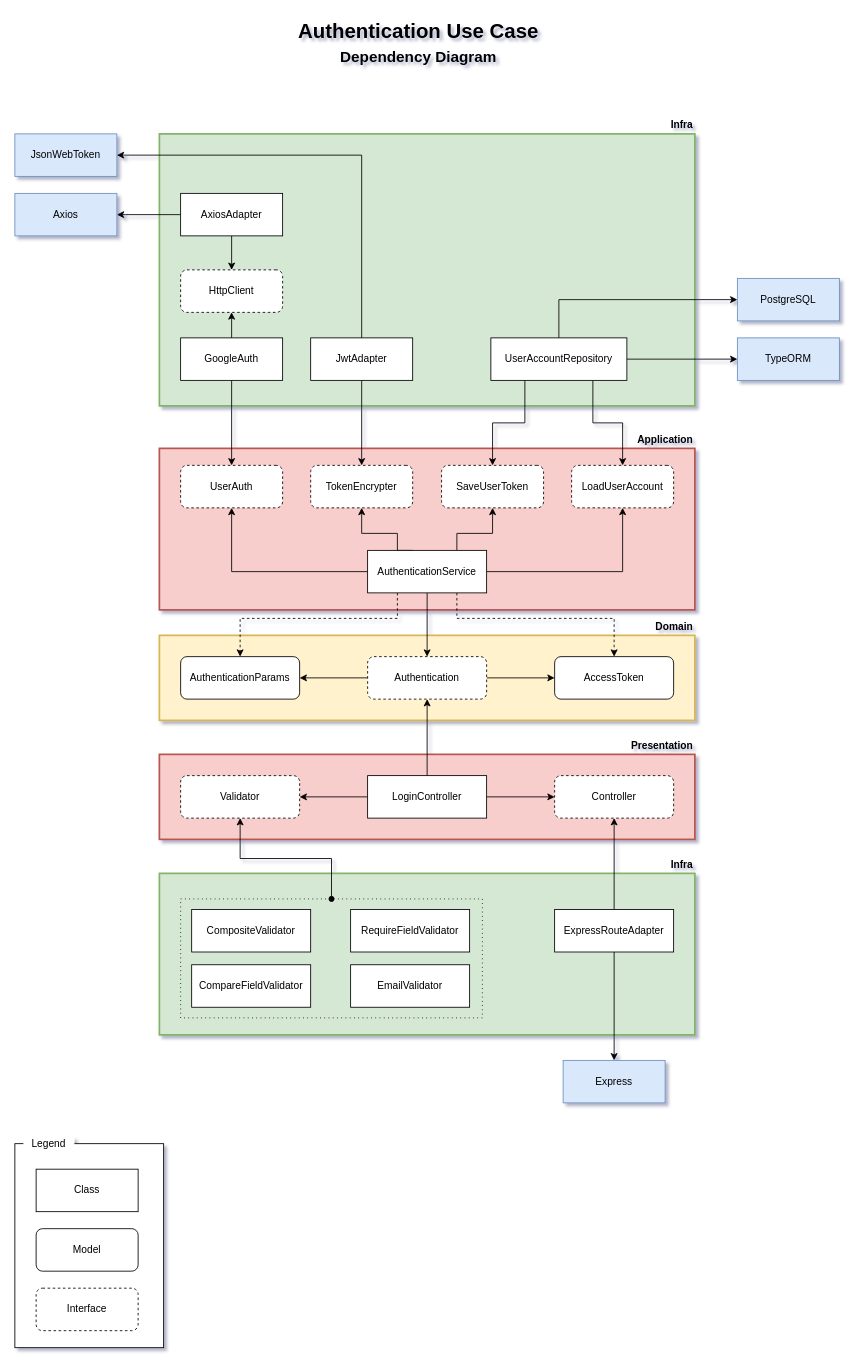
The draw.io diagram page "authentication-clean" (1 of 2) of elections/docs/authentication/authentication.drawio in uespi-phb/tec2-20242, before the edit. Source tidied: cells renumbered, new cells numbered last; positions are measured from the earlier drawing's top-left corner, leaving out a move shared by most shapes. Both pictures are drawn from the tidied source at 85%, with x=0, y=0 at pixel (14, 14).
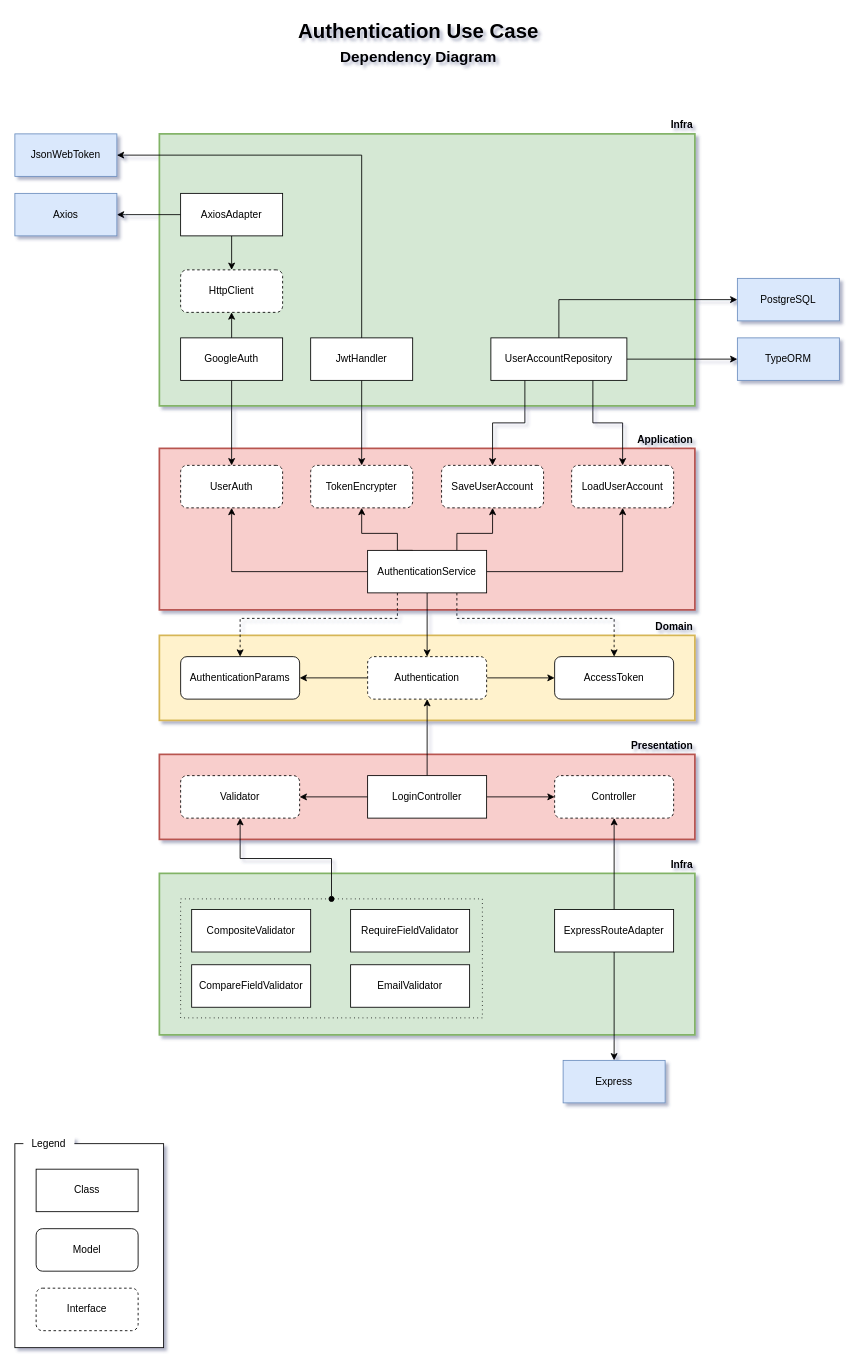
The same page after the edit.

Change to the diagram source:
```diff
@@
-    <mxCell id="29" value="SaveUserToken" style="rounded=1;whiteSpace=wrap;html=1;dashed=1;flipH=1;" parent="1" vertex="1">
+    <mxCell id="29" value="SaveUserAccount" style="rounded=1;whiteSpace=wrap;html=1;dashed=1;flipH=1;" parent="1" vertex="1">
       <mxGeometry x="502" y="530" width="120" height="50" as="geometry" />
     </mxCell>
@@
-    <mxCell id="52" value="JwtAdapter" style="rounded=0;whiteSpace=wrap;html=1;glass=0;shadow=0;points=[[0,0,0,0,0],[0,0.25,0,0,0],[0,0.5,0,0,0],[0,0.75,0,0,0],[0,1,0,0,0],[0.13,0,0,0,0],[0.25,0,0,0,0],[0.25,1,0,0,0],[0.38,0,0,0,0],[0.5,0,0,0,0],[0.5,1,0,0,0],[0.62,0,0,0,0],[0.75,0,0,0,0],[0.75,1,0,0,0],[0.88,0,0,0,0],[1,0,0,0,0],[1,0.25,0,0,0],[1,0.5,0,0,0],[1,0.75,0,0,0],[1,1,0,0,0]];" parent="1" vertex="1">
+    <mxCell id="52" value="JwtHandler" style="rounded=0;whiteSpace=wrap;html=1;glass=0;shadow=0;points=[[0,0,0,0,0],[0,0.25,0,0,0],[0,0.5,0,0,0],[0,0.75,0,0,0],[0,1,0,0,0],[0.13,0,0,0,0],[0.25,0,0,0,0],[0.25,1,0,0,0],[0.38,0,0,0,0],[0.5,0,0,0,0],[0.5,1,0,0,0],[0.62,0,0,0,0],[0.75,0,0,0,0],[0.75,1,0,0,0],[0.88,0,0,0,0],[1,0,0,0,0],[1,0.25,0,0,0],[1,0.5,0,0,0],[1,0.75,0,0,0],[1,1,0,0,0]];" parent="1" vertex="1">
       <mxGeometry x="348" y="380" width="120" height="50" as="geometry" />
     </mxCell>
```
